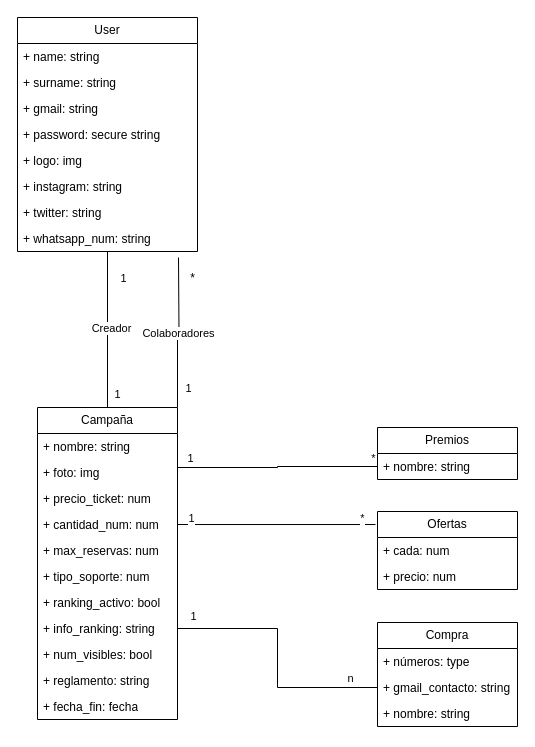
This is BackEnd.drawio from david-fm/rifa, a draw.io file, before an edit. Source tidied: cells renumbered, new cells numbered last; positions are measured from the earlier drawing's top-left corner, leaving out a move shared by most shapes. Both pictures are drawn from the tidied source at 100%, with x=0, y=0 at pixel (17, 17).
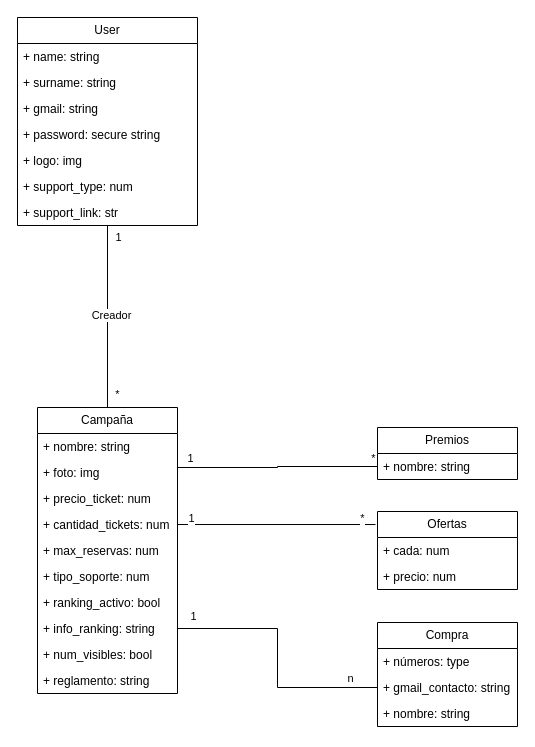
After the change.

Commit message:
Backend Actualización

Unchanged cells that the change refers to:
```xml
<mxCell id="2" style="edgeStyle=orthogonalEdgeStyle;rounded=0;jettySize=auto;html=1;entryX=0.5;entryY=0;entryDx=0;entryDy=0;endArrow=none;endFill=0;" parent="1" edge="1" source="4" target="13">
  <mxGeometry relative="1" as="geometry" />
</mxCell>
```

The edit, as a diff of the source:
```diff
@@
+    <mxCell id="49" value="1" style="edgeLabel;html=1;align=center;verticalAlign=middle;" parent="2" vertex="1">
+      <mxGeometry x="-0.88" relative="1" as="geometry">
+        <mxPoint x="10" as="offset" />
+      </mxGeometry>
+    </mxCell>
     <mxCell id="4" value="User" style="swimlane;fontStyle=0;horizontal=1;startSize=26;fillColor=none;whiteSpace=wrap;html=1;" parent="1" vertex="1">
-      <mxGeometry width="180" height="234" as="geometry" />
+      <mxGeometry width="180" height="208" as="geometry" />
     </mxCell>
@@
-    <mxCell id="10" value="+ instagram: string" style="text;strokeColor=none;fillColor=none;align=left;verticalAlign=top;spacingLeft=4;spacingRight=4;overflow=hidden;whiteSpace=wrap;html=1;" parent="4" vertex="1">
-      <mxGeometry y="156" width="180" height="26" as="geometry" />
-    </mxCell>
-    <mxCell id="11" value="+ twitter: string" style="text;strokeColor=none;fillColor=none;align=left;verticalAlign=top;spacingLeft=4;spacingRight=4;overflow=hidden;whiteSpace=wrap;html=1;" parent="4" vertex="1">
-      <mxGeometry y="182" width="180" height="26" as="geometry" />
-    </mxCell>
-    <mxCell id="12" value="+ whatsapp_num: string" style="text;strokeColor=none;fillColor=none;align=left;verticalAlign=top;spacingLeft=4;spacingRight=4;overflow=hidden;whiteSpace=wrap;html=1;" parent="4" vertex="1">
-      <mxGeometry y="208" width="180" height="26" as="geometry" />
-    </mxCell>
+    <mxCell id="50" value="+ support_type: num" style="text;strokeColor=none;fillColor=none;align=left;verticalAlign=top;spacingLeft=4;spacingRight=4;overflow=hidden;whiteSpace=wrap;html=1;" parent="4" vertex="1">
+      <mxGeometry y="156" width="180" height="26" as="geometry" />
+    </mxCell>
+    <mxCell id="51" value="+ support_link: str" style="text;strokeColor=none;fillColor=none;align=left;verticalAlign=top;spacingLeft=4;spacingRight=4;overflow=hidden;whiteSpace=wrap;html=1;" parent="4" vertex="1">
+      <mxGeometry y="182" width="180" height="26" as="geometry" />
+    </mxCell>
     <mxCell id="13" value="Campaña" style="swimlane;fontStyle=0;horizontal=1;startSize=26;fillColor=none;whiteSpace=wrap;html=1;" parent="1" vertex="1">
-      <mxGeometry x="20" y="390" width="140" height="312" as="geometry" />
+      <mxGeometry x="20" y="390" width="140" height="286" as="geometry" />
     </mxCell>
@@
-    <mxCell id="17" value="+ cantidad_num: num" style="text;strokeColor=none;fillColor=none;align=left;verticalAlign=top;spacingLeft=4;spacingRight=4;overflow=hidden;points=[[0,0.5],[1,0.5]];portConstraint=eastwest;whiteSpace=wrap;html=1;" parent="13" vertex="1">
+    <mxCell id="17" value="+ cantidad_tickets: num" style="text;strokeColor=none;fillColor=none;align=left;verticalAlign=top;spacingLeft=4;spacingRight=4;overflow=hidden;points=[[0,0.5],[1,0.5]];portConstraint=eastwest;whiteSpace=wrap;html=1;" parent="13" vertex="1">
       <mxGeometry y="104" width="140" height="26" as="geometry" />
     </mxCell>
@@
-    <mxCell id="24" value="+ fecha_fin: fecha" style="text;strokeColor=none;fillColor=none;align=left;verticalAlign=top;spacingLeft=4;spacingRight=4;overflow=hidden;whiteSpace=wrap;html=1;" parent="13" vertex="1">
-      <mxGeometry y="286" width="140" height="26" as="geometry" />
-    </mxCell>
-    <mxCell id="25" style="edgeStyle=orthogonalEdgeStyle;rounded=0;jettySize=auto;html=1;exitX=1;exitY=0;exitDx=0;exitDy=0;endArrow=none;endFill=0;" parent="1" edge="1" source="13">
-      <mxGeometry relative="1" as="geometry">
-        <mxPoint x="161" y="240" as="targetPoint" />
-      </mxGeometry>
-    </mxCell>
-    <mxCell id="26" value="Colaboradores" style="edgeLabel;html=1;align=center;verticalAlign=middle;" parent="25" vertex="1">
-      <mxGeometry x="-0.02" y="-1" relative="1" as="geometry">
-        <mxPoint x="-1" y="-1" as="offset" />
-      </mxGeometry>
-    </mxCell>
-    <mxCell id="27" value="1" style="edgeLabel;html=1;align=center;verticalAlign=middle;" parent="25" vertex="1">
-      <mxGeometry x="-0.74" y="-5" relative="1" as="geometry">
-        <mxPoint x="5" as="offset" />
-      </mxGeometry>
-    </mxCell>
-    <mxCell id="28" value="*" style="text;html=1;align=center;verticalAlign=middle;strokeColor=none;fillColor=none;" parent="1" vertex="1">
-      <mxGeometry x="160" y="246" width="30" height="30" as="geometry" />
-    </mxCell>
-    <mxCell id="29" value="1" style="edgeLabel;html=1;align=center;verticalAlign=middle;" parent="1" vertex="1">
+    <mxCell id="29" value="*" style="edgeLabel;html=1;align=center;verticalAlign=middle;" parent="1" vertex="1">
       <mxGeometry x="180" y="389" as="geometry">
         <mxPoint x="-81" y="-13" as="offset" />
       </mxGeometry>
     </mxCell>
-    <mxCell id="30" value="1" style="edgeLabel;html=1;align=center;verticalAlign=middle;" parent="1" vertex="1">
-      <mxGeometry x="200" y="350" as="geometry">
-        <mxPoint x="-95" y="-90" as="offset" />
-      </mxGeometry>
-    </mxCell>
```
